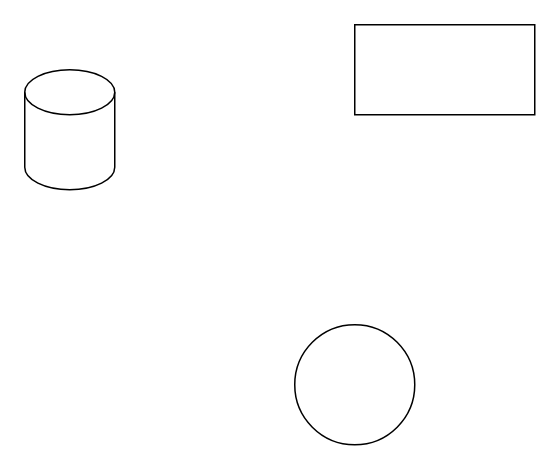
Above: Untitled Diagram.drawio in morgsdaly/random-stuff (draw.io), before the change. Source tidied: cells renumbered, new cells numbered last; positions are measured from the earlier drawing's top-left corner, leaving out a move shared by most shapes. Both pictures are drawn from the tidied source at 150%, with x=0, y=0 at pixel (24, 24).
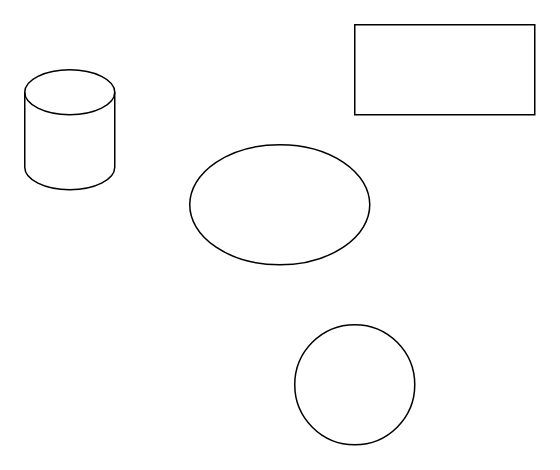
The same diagram, later.

Change to the diagram source:
```diff
@@
 <mxGraphModel>
   <root>
     <mxCell id="0" />
     <mxCell id="1" parent="0" />
     <mxCell id="2" style="rounded=0;whiteSpace=wrap;html=1;" parent="1" vertex="1">
       <mxGeometry x="220" width="120" height="60" as="geometry" />
     </mxCell>
     <mxCell id="3" style="ellipse;whiteSpace=wrap;html=1;" parent="1" vertex="1">
       <mxGeometry x="180" y="200" width="80" height="80" as="geometry" />
     </mxCell>
     <mxCell id="4" style="shape=cylinder3;whiteSpace=wrap;html=1;boundedLbl=1;backgroundOutline=1;size=15;" parent="1" vertex="1">
       <mxGeometry y="30" width="60" height="80" as="geometry" />
     </mxCell>
+    <mxCell id="5" style="ellipse;whiteSpace=wrap;html=1;" parent="1" vertex="1">
+      <mxGeometry x="110" y="80" width="120" height="80" as="geometry" />
+    </mxCell>
   </root>
 </mxGraphModel>
```
